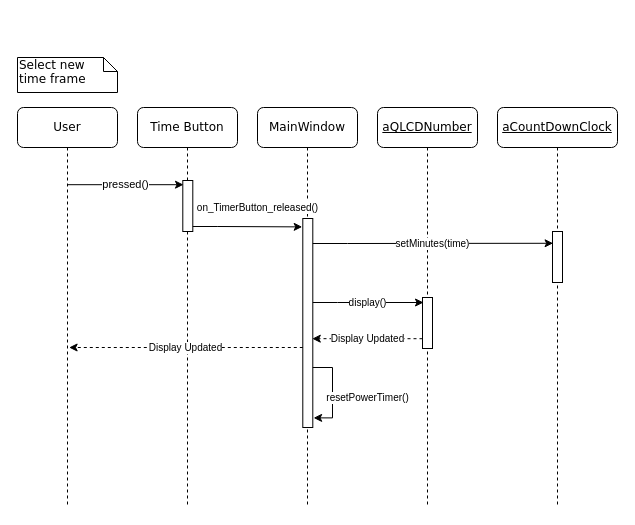
Hall-Andrew/CESDEVICE-3004FinalProject keeps this draw.io diagram as Documentation/select_timeframe.drawio. Above is the earlier version. Source tidied: cells renumbered, new cells numbered last; positions are measured from the earlier drawing's top-left corner, leaving out a move shared by most shapes. Both pictures are drawn from the tidied source at 100%, with x=0, y=0 at pixel (17, 57).
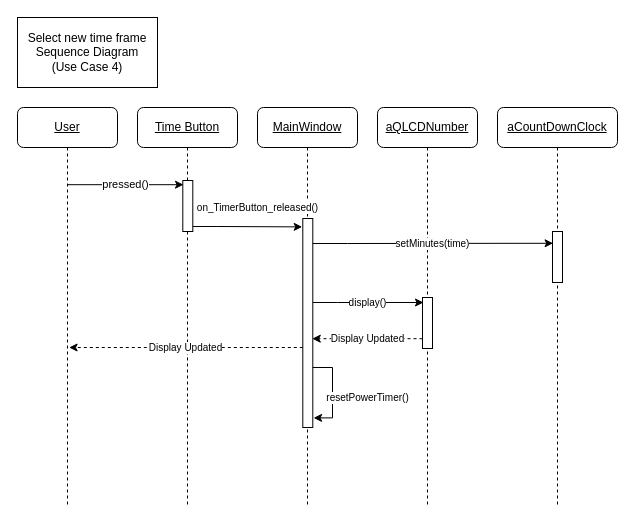
The same page after the edit.

What changed in the source:
```diff
@@
-    <mxCell id="2" value="MainWindow" style="shape=umlLifeline;perimeter=lifelinePerimeter;whiteSpace=wrap;html=1;rounded=1;shadow=0;comic=0;labelBackgroundColor=none;strokeWidth=1;fontFamily=Verdana;fontSize=12;align=center;" parent="1" vertex="1">
+    <mxCell id="2" value="&lt;font face=&quot;Helvetica&quot;&gt;&lt;u&gt;MainWindow&lt;/u&gt;&lt;/font&gt;" style="shape=umlLifeline;perimeter=lifelinePerimeter;whiteSpace=wrap;html=1;rounded=1;shadow=0;comic=0;labelBackgroundColor=none;strokeWidth=1;fontFamily=Verdana;fontSize=12;align=center;" parent="1" vertex="1">
       <mxGeometry x="240" y="50" width="100" height="400" as="geometry" />
     </mxCell>
-    <mxCell id="3" value="&lt;u&gt;aCountDownClock&lt;/u&gt;" style="shape=umlLifeline;perimeter=lifelinePerimeter;whiteSpace=wrap;html=1;rounded=1;shadow=0;comic=0;labelBackgroundColor=none;strokeWidth=1;fontFamily=Verdana;fontSize=12;align=center;" parent="1" vertex="1">
+    <mxCell id="3" value="&lt;font face=&quot;Helvetica&quot;&gt;&lt;u&gt;aCountDownClock&lt;/u&gt;&lt;/font&gt;" style="shape=umlLifeline;perimeter=lifelinePerimeter;whiteSpace=wrap;html=1;rounded=1;shadow=0;comic=0;labelBackgroundColor=none;strokeWidth=1;fontFamily=Verdana;fontSize=12;align=center;" parent="1" vertex="1">
       <mxGeometry x="480" y="50" width="120" height="400" as="geometry" />
     </mxCell>
@@
-    <mxCell id="5" value="User" style="shape=umlLifeline;perimeter=lifelinePerimeter;whiteSpace=wrap;html=1;rounded=1;shadow=0;comic=0;labelBackgroundColor=none;strokeWidth=1;fontFamily=Verdana;fontSize=12;align=center;" parent="1" vertex="1">
+    <mxCell id="5" value="&lt;font face=&quot;Helvetica&quot;&gt;&lt;u&gt;User&lt;/u&gt;&lt;/font&gt;" style="shape=umlLifeline;perimeter=lifelinePerimeter;whiteSpace=wrap;html=1;rounded=1;shadow=0;comic=0;labelBackgroundColor=none;strokeWidth=1;fontFamily=Verdana;fontSize=12;align=center;" parent="1" vertex="1">
       <mxGeometry y="50" width="100" height="400" as="geometry" />
     </mxCell>
-    <mxCell id="6" value="Select new &lt;br&gt;time frame" style="shape=note;whiteSpace=wrap;html=1;size=14;verticalAlign=top;align=left;spacingTop=-6;rounded=0;shadow=0;comic=0;labelBackgroundColor=none;strokeWidth=1;fontFamily=Verdana;fontSize=12;fillColor=default;strokeColor=default;fontColor=default;" parent="1" vertex="1">
-      <mxGeometry width="100" height="35" as="geometry" />
-    </mxCell>
-    <mxCell id="7" value="Time Button" style="shape=umlLifeline;perimeter=lifelinePerimeter;whiteSpace=wrap;html=1;rounded=1;shadow=0;comic=0;labelBackgroundColor=none;strokeWidth=1;fontFamily=Verdana;fontSize=12;align=center;" parent="1" vertex="1">
+    <mxCell id="7" value="&lt;font face=&quot;Helvetica&quot;&gt;&lt;u&gt;Time Button&lt;/u&gt;&lt;/font&gt;" style="shape=umlLifeline;perimeter=lifelinePerimeter;whiteSpace=wrap;html=1;rounded=1;shadow=0;comic=0;labelBackgroundColor=none;strokeWidth=1;fontFamily=Verdana;fontSize=12;align=center;" parent="1" vertex="1">
       <mxGeometry x="120" y="50" width="100" height="400" as="geometry" />
     </mxCell>
@@
-    <mxCell id="13" value="&lt;u&gt;aQLCDNumber&lt;/u&gt;" style="shape=umlLifeline;perimeter=lifelinePerimeter;whiteSpace=wrap;html=1;rounded=1;shadow=0;comic=0;labelBackgroundColor=none;strokeWidth=1;fontFamily=Verdana;fontSize=12;align=center;" parent="1" vertex="1">
+    <mxCell id="13" value="&lt;font face=&quot;Helvetica&quot;&gt;&lt;u&gt;aQLCDNumber&lt;/u&gt;&lt;/font&gt;" style="shape=umlLifeline;perimeter=lifelinePerimeter;whiteSpace=wrap;html=1;rounded=1;shadow=0;comic=0;labelBackgroundColor=none;strokeWidth=1;fontFamily=Verdana;fontSize=12;align=center;" parent="1" vertex="1">
       <mxGeometry x="360" y="50" width="100" height="400" as="geometry" />
     </mxCell>
@@
+    <mxCell id="19" value="Select new time frame Sequence Diagram&lt;br&gt;(Use Case 4)" style="rounded=0;whiteSpace=wrap;html=1;fontFamily=Helvetica;" parent="1" vertex="1">
+      <mxGeometry y="-40" width="140" height="70" as="geometry" />
+    </mxCell>
```
